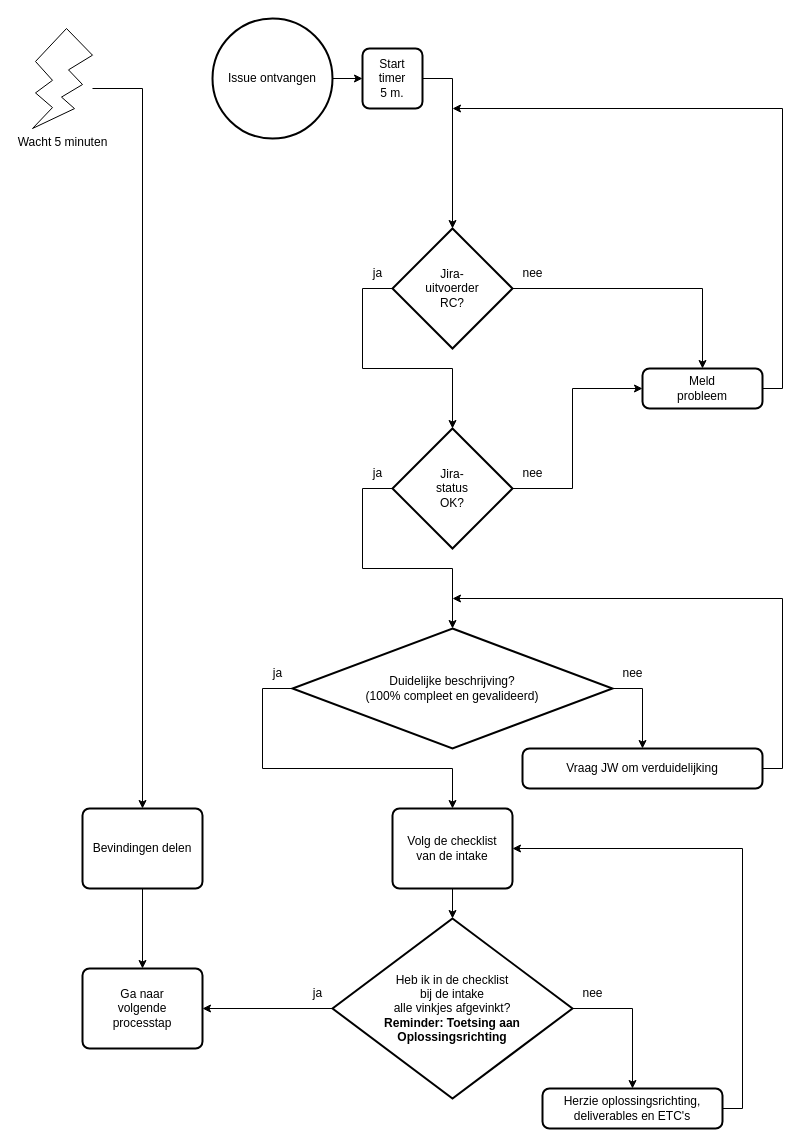
The draw.io diagram 1 Issue Tracker intake.drawio in Zaibatsu89/IssueTracker, before the edit. Source tidied: cells renumbered, new cells numbered last; positions are measured from the earlier drawing's top-left corner, leaving out a move shared by most shapes. Both pictures are drawn from the tidied source at 100%, with x=0, y=0 at pixel (32, 18).
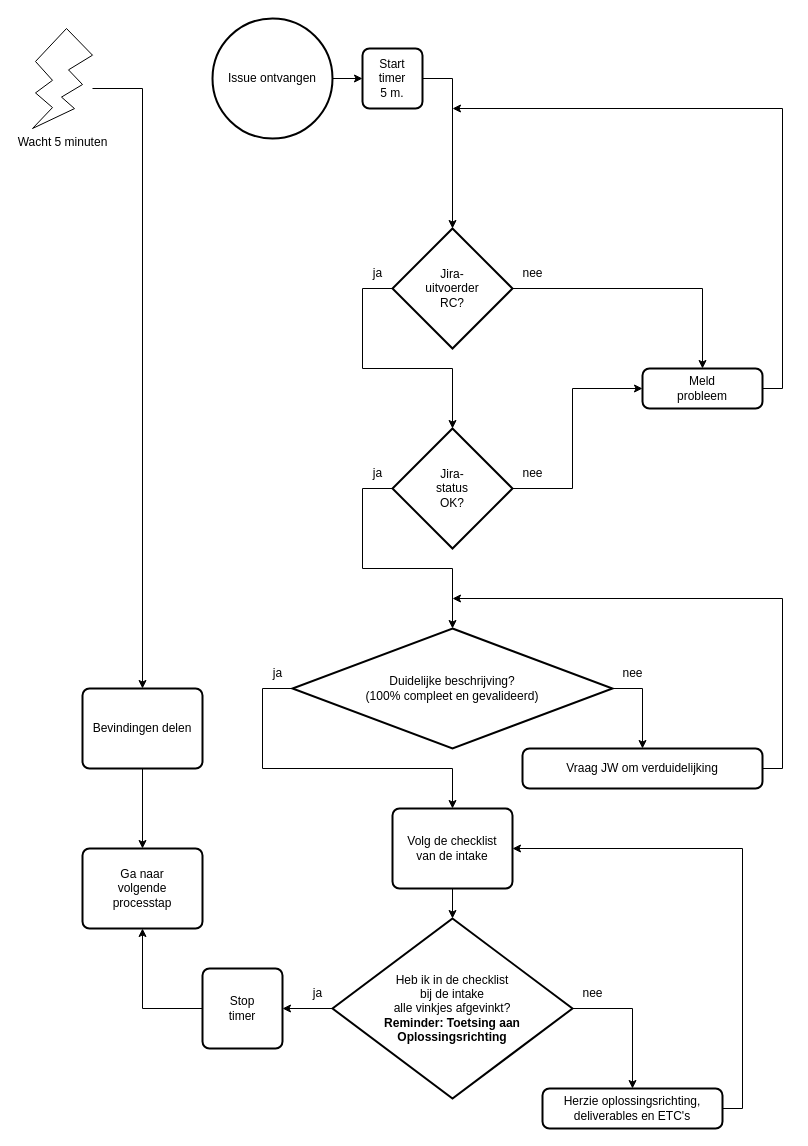
The same page after the edit.

Commit message (it also covers changes not shown here):
Moet er een stop in? Of kan het automatisch? in flowcharts

Unchanged cells that the change refers to:
```xml
<mxCell id="18" value="Heb ik in de checklist&lt;br&gt;bij de intake&lt;br&gt;alle vinkjes afgevinkt?&lt;br&gt;&lt;b&gt;Reminder: Toetsing aan Oplossingsrichting&lt;/b&gt;" style="strokeWidth=2;html=1;shape=mxgraph.flowchart.decision;whiteSpace=wrap;" parent="1" vertex="1">
  <mxGeometry x="300" y="900" width="240" height="180" as="geometry" />
</mxCell>
```

The edit, as a diff of the source:
```diff
@@
     <mxCell id="10" value="Bevindingen delen" style="rounded=1;whiteSpace=wrap;html=1;absoluteArcSize=1;arcSize=14;strokeWidth=2;" parent="1" vertex="1">
-      <mxGeometry x="50" y="790" width="120" height="80" as="geometry" />
+      <mxGeometry x="50" y="670" width="120" height="80" as="geometry" />
     </mxCell>
@@
-    <mxCell id="16" style="edgeStyle=orthogonalEdgeStyle;rounded=0;jettySize=auto;html=1;exitX=0;exitY=0.5;exitDx=0;exitDy=0;exitPerimeter=0;entryX=1;entryY=0.5;entryDx=0;entryDy=0;" parent="1" edge="1" source="18" target="32">
-      <mxGeometry relative="1" as="geometry" />
-    </mxCell>
@@
+    <mxCell id="40" style="edgeStyle=orthogonalEdgeStyle;rounded=0;jettySize=auto;html=1;exitX=0;exitY=0.5;exitDx=0;exitDy=0;exitPerimeter=0;entryX=1;entryY=0.5;entryDx=0;entryDy=0;" parent="1" edge="1" source="18" target="42">
+      <mxGeometry relative="1" as="geometry" />
+    </mxCell>
@@
     <mxCell id="32" value="Ga naar&lt;br&gt;volgende&lt;br&gt;processtap" style="rounded=1;whiteSpace=wrap;html=1;absoluteArcSize=1;arcSize=14;strokeWidth=2;" parent="1" vertex="1">
-      <mxGeometry x="50" y="950" width="120" height="80" as="geometry" />
+      <mxGeometry x="50" y="830" width="120" height="80" as="geometry" />
     </mxCell>
@@
+    <mxCell id="41" style="edgeStyle=orthogonalEdgeStyle;rounded=0;jettySize=auto;html=1;exitX=0;exitY=0.5;exitDx=0;exitDy=0;entryX=0.5;entryY=1;entryDx=0;entryDy=0;" parent="1" edge="1" source="42" target="32">
+      <mxGeometry relative="1" as="geometry" />
+    </mxCell>
+    <mxCell id="42" value="Stop&lt;br&gt;timer" style="rounded=1;whiteSpace=wrap;html=1;absoluteArcSize=1;arcSize=14;strokeWidth=2;" parent="1" vertex="1">
+      <mxGeometry x="170" y="950" width="80" height="80" as="geometry" />
+    </mxCell>
```
